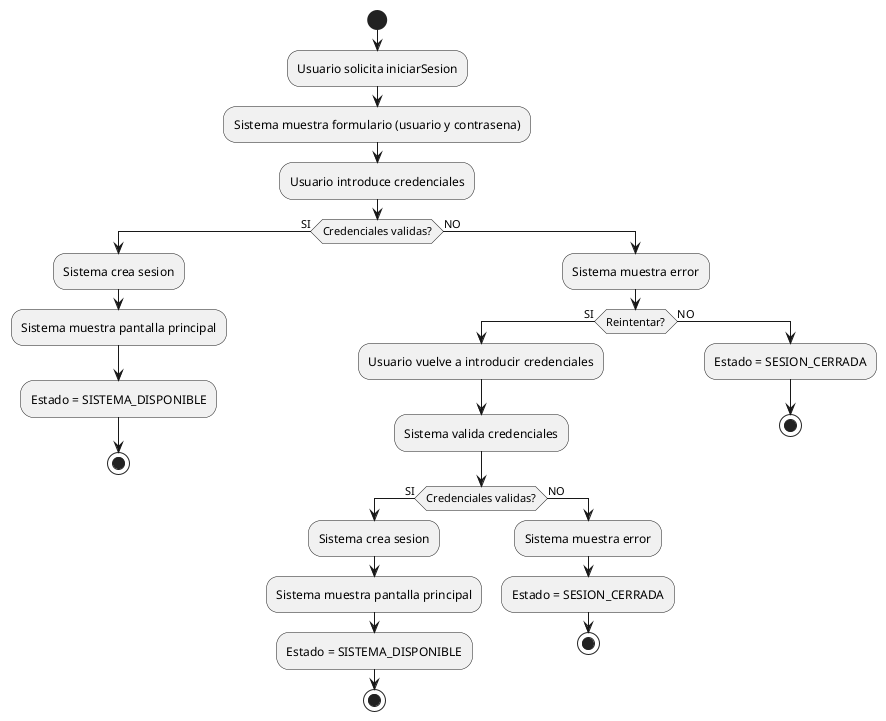
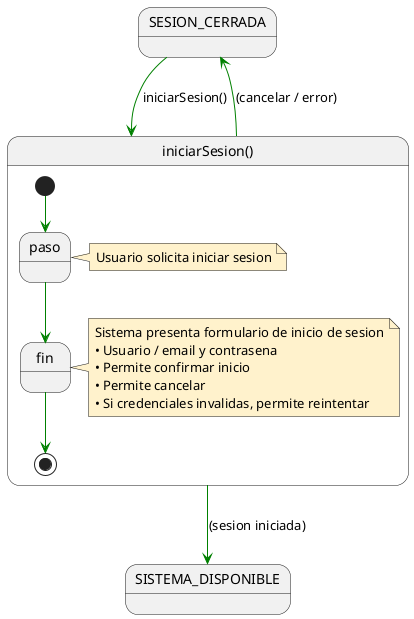
@startuml iniciarSesion
- start
- :Usuario solicita iniciarSesion;
- :Sistema muestra formulario (usuario y contrasena);
- :Usuario introduce credenciales;
+ top to bottom direction
+ skinparam classAttributeIconSize 0
+ skinparam ArrowColor Green

- if (Credenciales validas?) then (SI)
-   :Sistema crea sesion;
-   :Sistema muestra pantalla principal;
-   :Estado = SISTEMA_DISPONIBLE;
-   stop
- else (NO)
-   :Sistema muestra error;
+ state "SESION_CERRADA" as SESION_CERRADA
+ state "SISTEMA_DISPONIBLE" as SISTEMA_DISPONIBLE

-   if (Reintentar?) then (SI)
-     :Usuario vuelve a introducir credenciales;
-     :Sistema valida credenciales;
+ state "iniciarSesion()" as iniciarSesion {
+   [*] --> paso

-     if (Credenciales validas?) then (SI)
-       :Sistema crea sesion;
-       :Sistema muestra pantalla principal;
-       :Estado = SISTEMA_DISPONIBLE;
-       stop
-     else (NO)
-       :Sistema muestra error;
-       :Estado = SESION_CERRADA;
-       stop
-     endif
+   note right #FFF2CC
+   Usuario solicita iniciar sesion
+   end note

-   else (NO)
-     :Estado = SESION_CERRADA;
-     stop
-   endif
- endif
+   paso --> fin
+ 
+   note right #FFF2CC
+   Sistema presenta formulario de inicio de sesion
+   • Usuario / email y contrasena
+   • Permite confirmar inicio
+   • Permite cancelar
+   • Si credenciales invalidas, permite reintentar
+   end note
+ 
+   fin --> [*]
+ }
+ 
+ SESION_CERRADA --> iniciarSesion : iniciarSesion()
+ iniciarSesion --> SISTEMA_DISPONIBLE : (sesion iniciada)
+ iniciarSesion --> SESION_CERRADA : (cancelar / error)
+ 
@enduml
